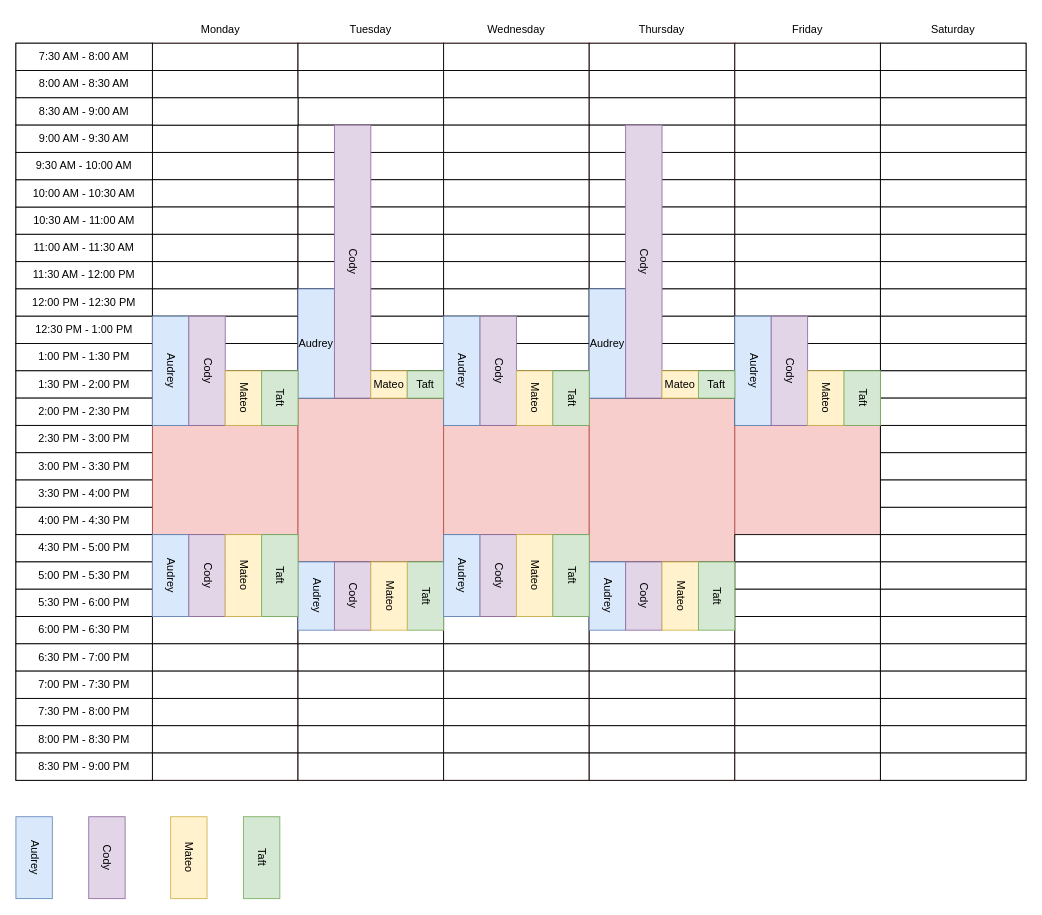
Before: notion/_availability.drawio in MateoTomaszeuski/Spring2025-FinalProject, a draw.io diagram. Source tidied: cells renumbered, new cells numbered last; positions are measured from the earlier drawing's top-left corner, leaving out a move shared by most shapes. Both pictures are drawn from the tidied source at 91%, with x=0, y=0 at pixel (15, 15).
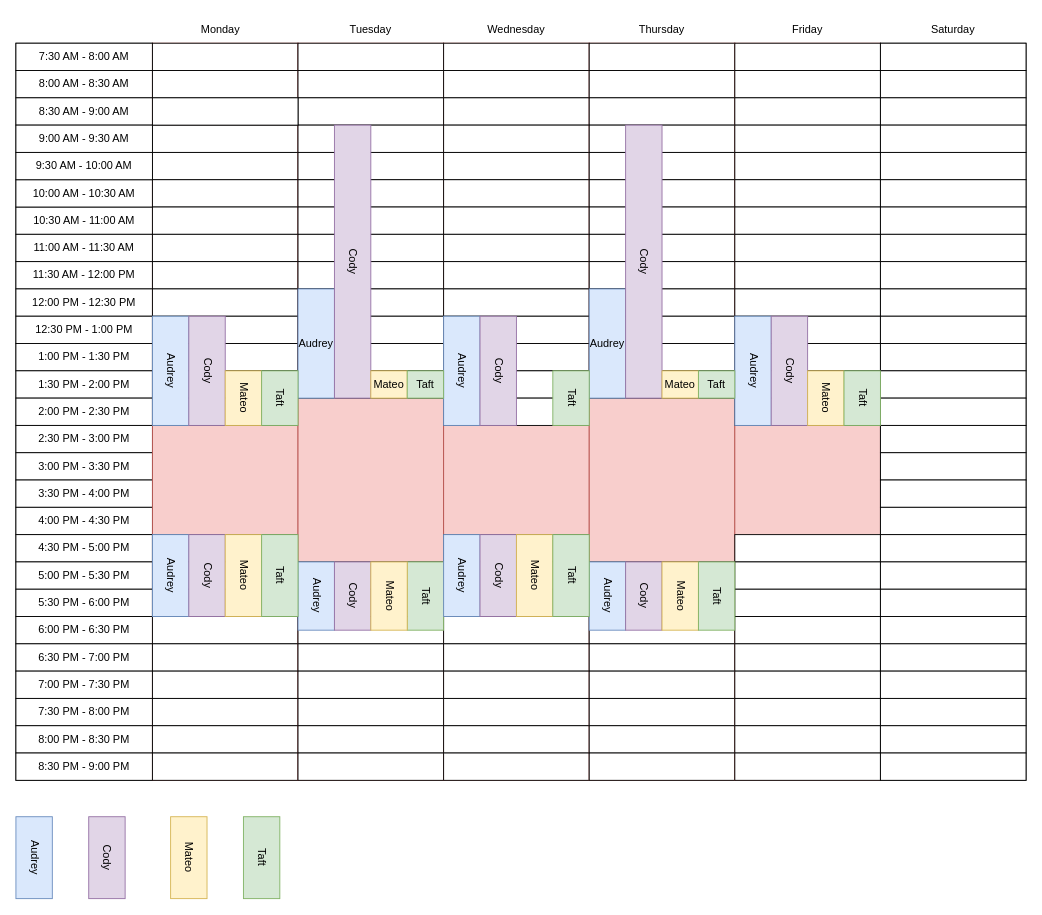
The same page after the edit.

Commit message:
Updated Mateo's Schedule

Change to the diagram source:
```diff
@@
-    <mxCell id="205" value="Mateo" style="rounded=0;whiteSpace=wrap;html=1;textDirection=vertical-lr;fillColor=#fff2cc;strokeColor=#d6b656;" parent="1" vertex="1">
-      <mxGeometry x="550" y="390" width="40" height="60" as="geometry" />
-    </mxCell>
```
